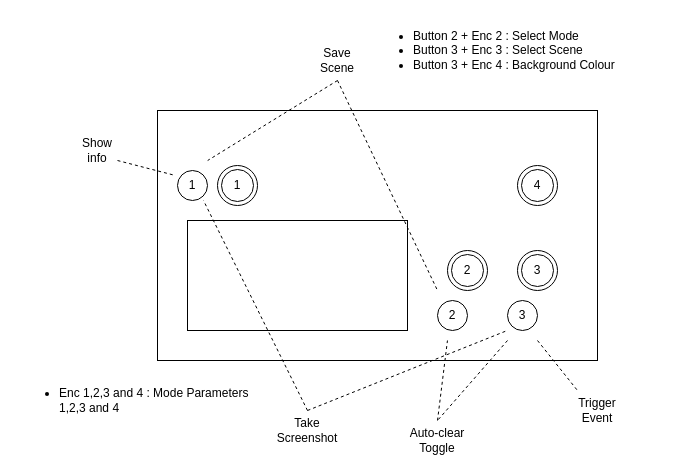
Before: hardware_usage.drawio in Lcchy/Eyesy_for_fates, a draw.io diagram. Source tidied: cells renumbered, new cells numbered last; positions are measured from the earlier drawing's top-left corner, leaving out a move shared by most shapes. Both pictures are drawn from the tidied source at 100%, with x=0, y=0 at pixel (17, 20).
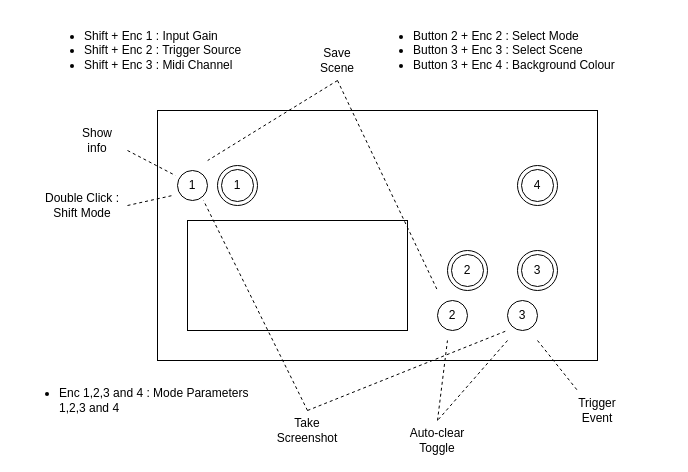
The same page after the edit.

Unchanged cells that the change refers to:
```xml
<mxCell id="4" style="ellipse;whiteSpace=wrap;html=1;" parent="1" vertex="1">
  <mxGeometry x="160" y="150" width="30" height="30" as="geometry" />
</mxCell>
<mxCell id="28" value="1" style="text;html=1;strokeColor=none;fillColor=none;align=center;verticalAlign=middle;whiteSpace=wrap;rounded=0;" parent="1" vertex="1">
  <mxGeometry x="155" y="155" width="40" height="20" as="geometry" />
</mxCell>
```

The edit, as a diff of the source:
```diff
@@
     <mxCell id="11" style="endArrow=none;dashed=1;html=1;entryX=-0.067;entryY=0.167;entryDx=0;entryDy=0;entryPerimeter=0;" parent="1" edge="1" target="4">
       <mxGeometry relative="1" as="geometry">
-        <mxPoint x="100" y="140" as="sourcePoint" />
+        <mxPoint x="110" y="130" as="sourcePoint" />
       </mxGeometry>
     </mxCell>
     <mxCell id="12" value="Show info" style="text;html=1;strokeColor=none;fillColor=none;align=center;verticalAlign=middle;whiteSpace=wrap;rounded=0;" parent="1" vertex="1">
-      <mxGeometry x="60" y="120" width="40" height="20" as="geometry" />
+      <mxGeometry x="60" y="110" width="40" height="20" as="geometry" />
     </mxCell>
@@
+    <mxCell id="33" style="endArrow=none;dashed=1;html=1;entryX=0;entryY=1;entryDx=0;entryDy=0;" parent="1" edge="1" target="28">
+      <mxGeometry relative="1" as="geometry">
+        <mxPoint x="110" y="185" as="sourcePoint" />
+      </mxGeometry>
+    </mxCell>
+    <mxCell id="34" value="Double Click : Shift Mode" style="text;html=1;strokeColor=none;fillColor=none;align=center;verticalAlign=middle;whiteSpace=wrap;rounded=0;" parent="1" vertex="1">
+      <mxGeometry x="20" y="175" width="90" height="20" as="geometry" />
+    </mxCell>
+    <mxCell id="35" value="&lt;div align=&quot;left&quot;&gt;&lt;ul&gt;&lt;li&gt;Shift + Enc 1 : Input Gain&lt;/li&gt;&lt;li&gt;Shift + Enc 2 : Trigger Source&lt;/li&gt;&lt;li&gt;Shift + Enc 3 : Midi Channel&lt;br&gt;&lt;/li&gt;&lt;/ul&gt;&lt;/div&gt;" style="text;html=1;strokeColor=none;fillColor=none;align=left;verticalAlign=middle;whiteSpace=wrap;rounded=0;" parent="1" vertex="1">
+      <mxGeometry x="25" width="300" height="60" as="geometry" />
+    </mxCell>
```
